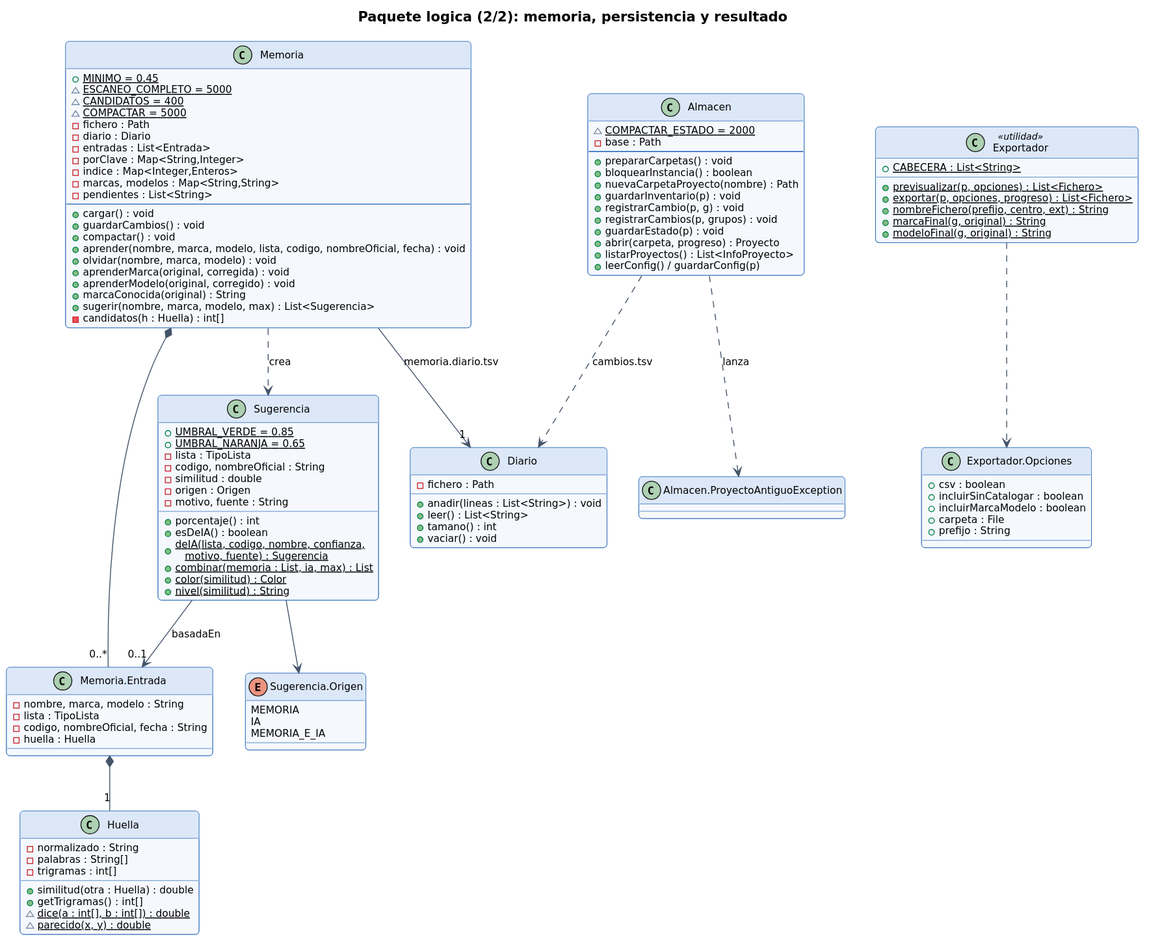
Earlier version of the PlantUML export documentacion/diagramas-uml/d05b_clases_logica.svg (JuanAnanin/catalogador-inventario).
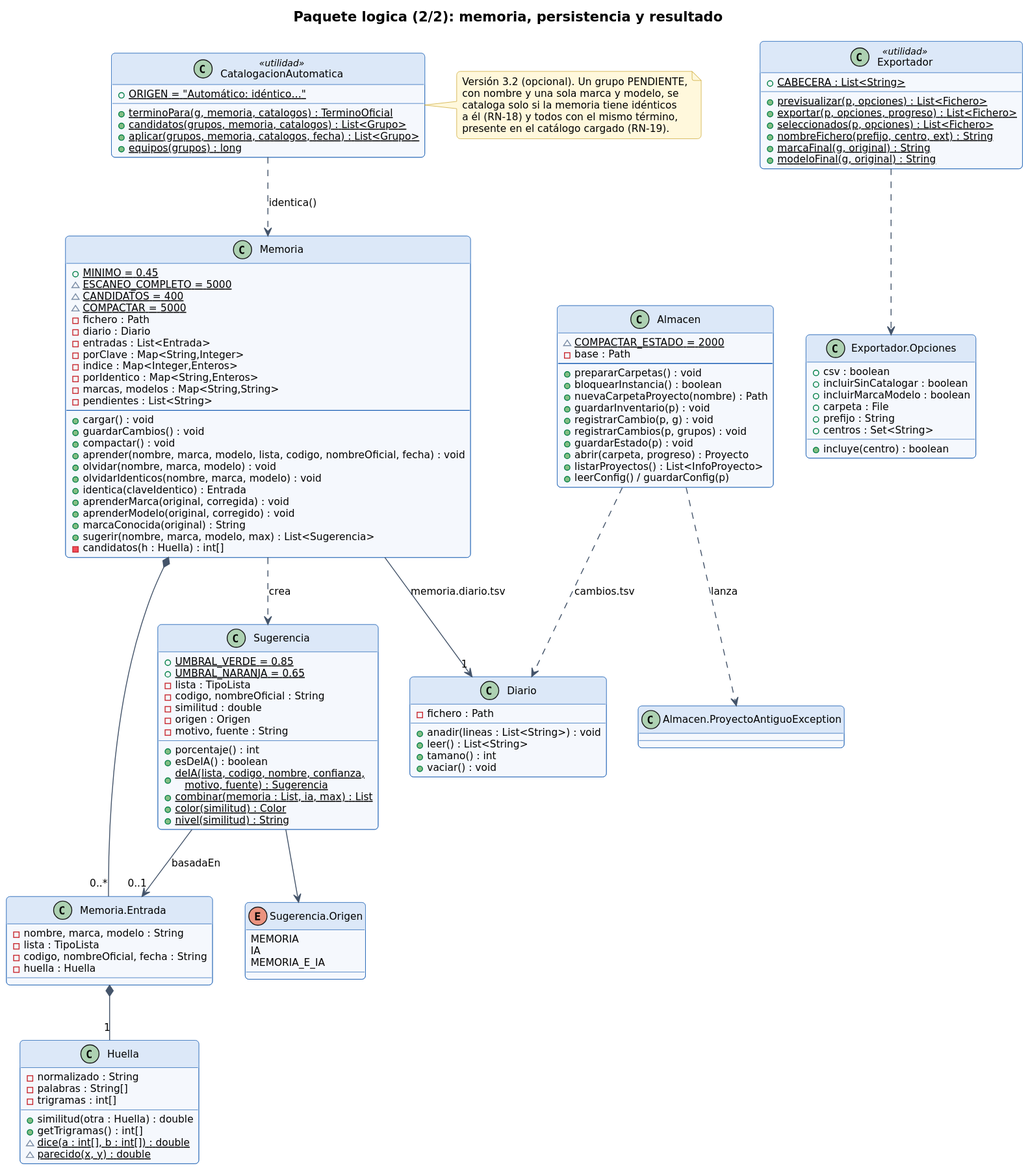
The same file after the commit.

The edit, as a diff of the source:
```diff
@@ -11,6 +11,7 @@
   - entradas : List<Entrada>
   - porClave : Map<String,Integer>
   - indice : Map<Integer,Enteros>
+  - porIdentico : Map<String,Enteros>
   - marcas, modelos : Map<String,String>
   - pendientes : List<String>
   --
@@ -19,6 +20,8 @@
   + compactar() : void
   + aprender(nombre, marca, modelo, lista, codigo, nombreOficial, fecha) : void
   + olvidar(nombre, marca, modelo) : void
+  + olvidarIdenticos(nombre, marca, modelo) : void
+  + identica(claveIdentico) : Entrada
   + aprenderMarca(original, corregida) : void
   + aprenderModelo(original, corregido) : void
   + marcaConocida(original) : String
@@ -80,6 +83,7 @@
   + {static} CABECERA : List<String>
   + {static} previsualizar(p, opciones) : List<Fichero>
   + {static} exportar(p, opciones, progreso) : List<Fichero>
+  + {static} seleccionados(p, opciones) : List<Fichero>
   + {static} nombreFichero(prefijo, centro, ext) : String
   + {static} marcaFinal(g, original) : String
   + {static} modeloFinal(g, original) : String
@@ -90,7 +94,23 @@
   + incluirMarcaModelo : boolean
   + carpeta : File
   + prefijo : String
+  + centros : Set<String>
+  + incluye(centro) : boolean
 }
+class CatalogacionAutomatica <<utilidad>> {
+  + {static} ORIGEN = "Automático: idéntico…"
+  + {static} terminoPara(g, memoria, catalogos) : TerminoOficial
+  + {static} candidatos(grupos, memoria, catalogos) : List<Grupo>
+  + {static} aplicar(grupos, memoria, catalogos, fecha) : List<Grupo>
+  + {static} equipos(grupos) : long
+}
+note right of CatalogacionAutomatica
+  Versión 3.2 (opcional). Un grupo PENDIENTE,
+  con nombre y una sola marca y modelo, se
+  cataloga solo si la memoria tiene idénticos
+  a él (RN-18) y todos con el mismo término,
+  presente en el catálogo cargado (RN-19).
+end note
 class Diario {
   - fichero : Path
   + anadir(lineas : List<String>) : void
@@ -107,4 +127,5 @@
 Almacen ..> Diario : cambios.tsv
 Almacen ..> PAE : lanza
 Exportador ..> Op
+CatalogacionAutomatica ..> Memoria : identica()
 @enduml
```
